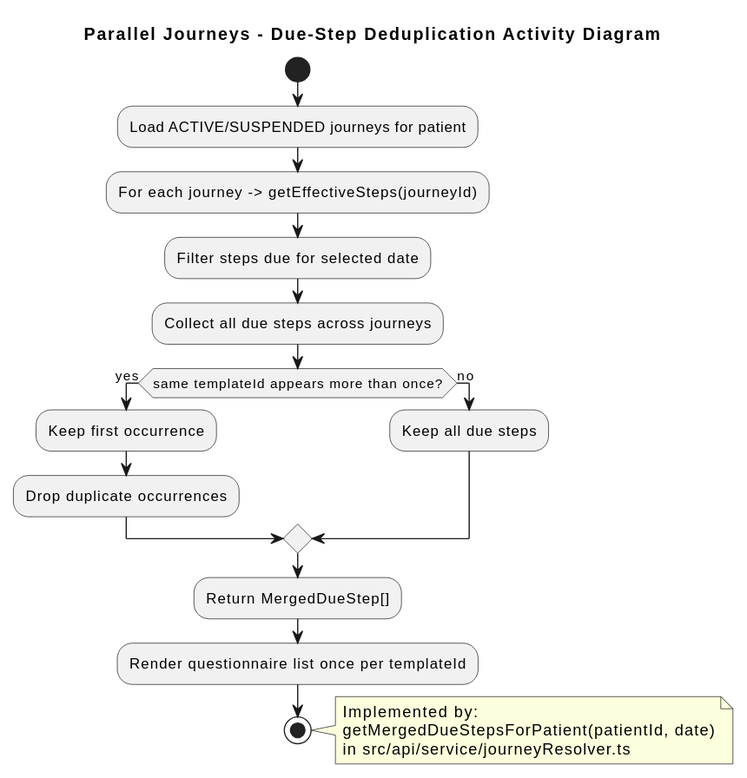
Earlier version of the PlantUML export docs/diagrams/journey-deduplication-flow.svg (gforge/DUK).
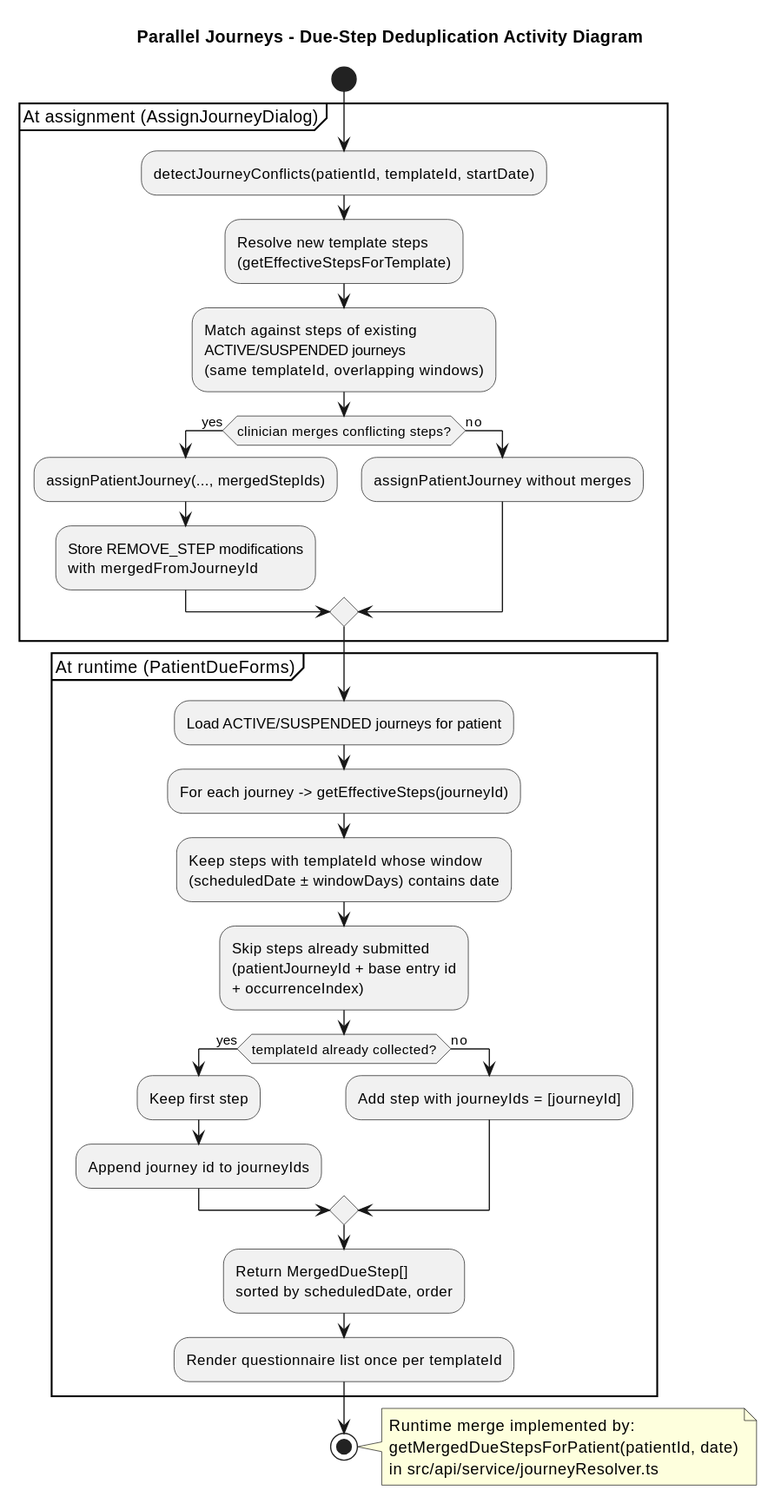
Later version of the same file.

What changed in the source:
```diff
@@ -3,24 +3,44 @@
 title Parallel Journeys - Due-Step Deduplication Activity Diagram
 
 start
-:Load ACTIVE/SUSPENDED journeys for patient;
-:For each journey -> getEffectiveSteps(journeyId);
-:Filter steps due for selected date;
-:Collect all due steps across journeys;
+partition "At assignment (AssignJourneyDialog)" {
+  :detectJourneyConflicts(patientId, templateId, startDate);
+  :Resolve new template steps
+  (getEffectiveStepsForTemplate);
+  :Match against steps of existing
+  ACTIVE/SUSPENDED journeys
+  (same templateId, overlapping windows);
+  if (clinician merges conflicting steps?) then (yes)
+    :assignPatientJourney(..., mergedStepIds);
+    :Store REMOVE_STEP modifications
+    with mergedFromJourneyId;
+  else (no)
+    :assignPatientJourney without merges;
+  endif
+}
 
-if (same templateId appears more than once?) then (yes)
-  :Keep first occurrence;
-  :Drop duplicate occurrences;
-else (no)
-  :Keep all due steps;
-endif
-
-:Return MergedDueStep[];
-:Render questionnaire list once per templateId;
+partition "At runtime (PatientDueForms)" {
+  :Load ACTIVE/SUSPENDED journeys for patient;
+  :For each journey -> getEffectiveSteps(journeyId);
+  :Keep steps with templateId whose window
+  (scheduledDate ± windowDays) contains date;
+  :Skip steps already submitted
+  (patientJourneyId + base entry id
+  + occurrenceIndex);
+  if (templateId already collected?) then (yes)
+    :Keep first step;
+    :Append journey id to journeyIds;
+  else (no)
+    :Add step with journeyIds = [journeyId];
+  endif
+  :Return MergedDueStep[]
+  sorted by scheduledDate, order;
+  :Render questionnaire list once per templateId;
+}
 stop
 
 note right
-  Implemented by:
+  Runtime merge implemented by:
   getMergedDueStepsForPatient(patientId, date)
   in src/api/service/journeyResolver.ts
 end note
```
